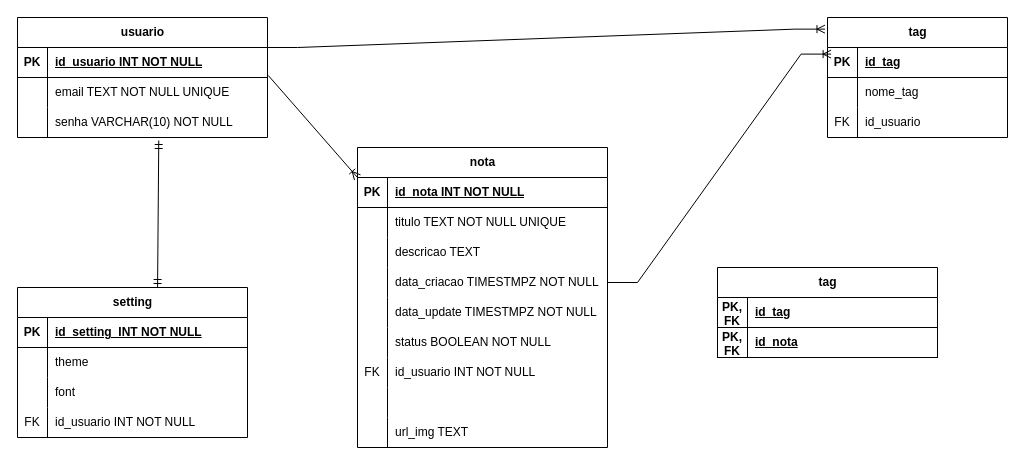
This is page "modelo_físico" (4 of 4) of senai_notes_g3_modelagem/Modelagem_notes_g3.drawio from edipocb/Senai_Notes_G3, a draw.io file, before an edit. Source tidied: cells renumbered, new cells numbered last; positions are measured from the earlier drawing's top-left corner, leaving out a move shared by most shapes. Both pictures are drawn from the tidied source at 100%, with x=0, y=0 at pixel (17, 17).
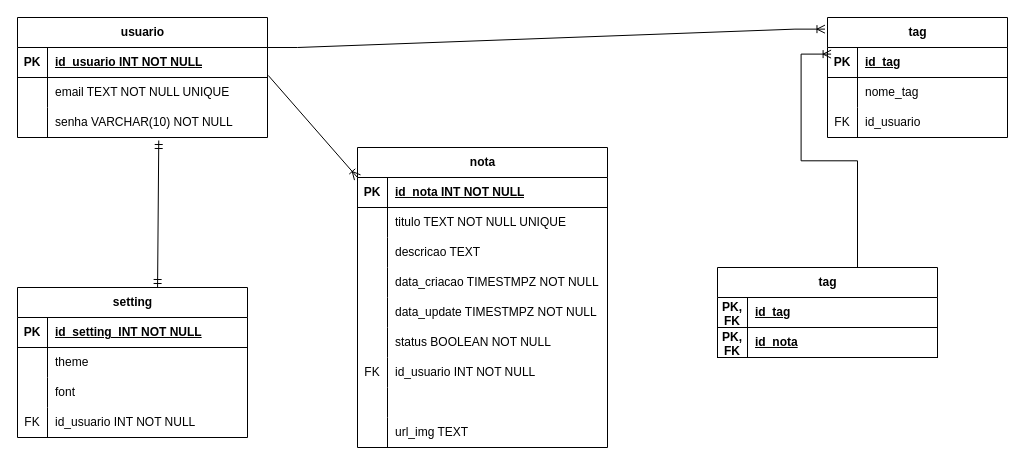
Above is the later version.

Unchanged cells that the change refers to:
```xml
<mxCell id="22" style="shape=tableRow;horizontal=0;startSize=0;swimlaneHead=0;swimlaneBody=0;fillColor=none;points=[[0,0.5],[1,0.5]];portConstraint=eastwest;top=0;left=0;right=0;bottom=0;" parent="12" vertex="1">
  <mxGeometry y="120" width="250" height="30" as="geometry" />
</mxCell>
<mxCell id="41" style="shape=tableRow;horizontal=0;startSize=0;swimlaneHead=0;swimlaneBody=0;fillColor=none;points=[[0,0.5],[1,0.5]];portConstraint=eastwest;top=0;left=0;right=0;bottom=1;" parent="40" vertex="1">
  <mxGeometry y="30" width="180" height="30" as="geometry" />
</mxCell>
<mxCell id="67" value="tag" style="shape=table;startSize=30;childLayout=tableLayout;rowLines=0;fontStyle=1;align=center;html=1;" parent="1" vertex="1">
  <mxGeometry x="700" y="250" width="220" height="90" as="geometry" />
</mxCell>
```

What changed in the source:
```diff
@@
-    <mxCell id="64" style="edgeStyle=entityRelationEdgeStyle;fontSize=12;html=1;endArrow=ERoneToMany;rounded=0;exitX=1;exitY=0.5;exitDx=0;exitDy=0;entryX=0.02;entryY=0.22;entryDx=0;entryDy=0;entryPerimeter=0;" parent="1" edge="1" source="22" target="41">
-      <mxGeometry relative="1" as="geometry" />
+    <mxCell id="64" style="edgeStyle=entityRelationEdgeStyle;fontSize=12;html=1;endArrow=ERoneToMany;rounded=0;exitX=0.5;exitY=0;exitDx=0;exitDy=0;entryX=0.02;entryY=0.22;entryDx=0;entryDy=0;entryPerimeter=0;" parent="1" edge="1" source="67" target="41">
+      <mxGeometry relative="1" as="geometry">
+        <Array as="points">
+          <mxPoint x="800" y="200" />
+          <mxPoint x="790" y="200" />
+        </Array>
+      </mxGeometry>
     </mxCell>
```
